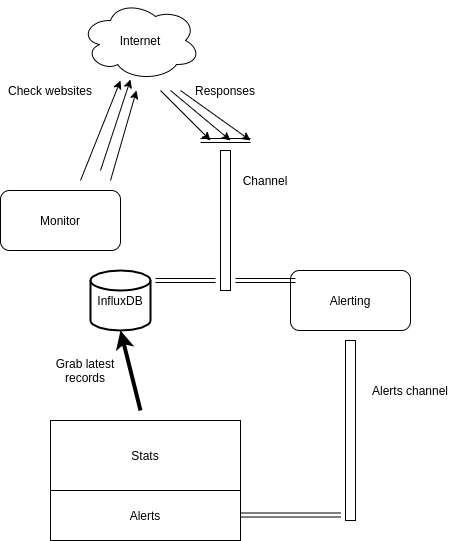
Earlier version of the draw.io export architecture.png (AyoubEd-zz/websites-availability-cli-tool). Source tidied: cells renumbered, new cells last; positions are measured from the earlier drawing's top-left corner, leaving out a move shared by most shapes.
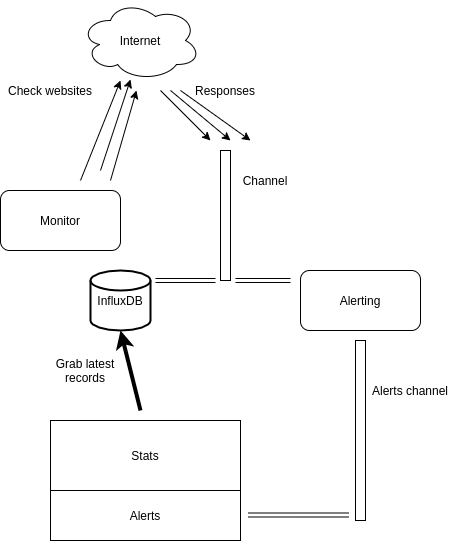
The same diagram one commit later.

Change to the diagram source:
```diff
@@ -53,17 +53,11 @@
     <mxCell id="12" value="InfluxDB" style="strokeWidth=2;html=1;shape=mxgraph.flowchart.database;whiteSpace=wrap;" parent="1" vertex="1">
       <mxGeometry x="90" y="270" width="60" height="60" as="geometry" />
     </mxCell>
-    <mxCell id="13" style="shape=link;html=1;" parent="1" edge="1">
-      <mxGeometry relative="1" as="geometry">
-        <mxPoint x="200" y="140" as="sourcePoint" />
-        <mxPoint x="250" y="140" as="targetPoint" />
-      </mxGeometry>
-    </mxCell>
     <mxCell id="14" value="Channel" style="text;html=1;strokeColor=none;fillColor=none;align=center;verticalAlign=middle;whiteSpace=wrap;rounded=0;" parent="1" vertex="1">
       <mxGeometry x="210" y="170" width="110" height="20" as="geometry" />
     </mxCell>
     <mxCell id="15" value="Alerting" style="rounded=1;whiteSpace=wrap;html=1;" parent="1" vertex="1">
-      <mxGeometry x="290" y="270" width="120" height="60" as="geometry" />
+      <mxGeometry x="300" y="270" width="120" height="60" as="geometry" />
     </mxCell>
     <mxCell id="16" style="shape=link;html=1;" parent="1" edge="1">
       <mxGeometry relative="1" as="geometry">
@@ -74,7 +68,7 @@
     <mxCell id="17" style="shape=link;html=1;" parent="1" edge="1">
       <mxGeometry relative="1" as="geometry">
         <mxPoint x="235" y="280" as="sourcePoint" />
-        <mxPoint x="295" y="280" as="targetPoint" />
+        <mxPoint x="290" y="280" as="targetPoint" />
       </mxGeometry>
     </mxCell>
     <mxCell id="18" value="Alerts channel" style="text;html=1;strokeColor=none;fillColor=none;align=center;verticalAlign=middle;whiteSpace=wrap;rounded=0;" parent="1" vertex="1">
@@ -88,8 +82,8 @@
     </mxCell>
     <mxCell id="21" style="shape=link;html=1;" parent="1" edge="1">
       <mxGeometry relative="1" as="geometry">
-        <mxPoint x="240" y="514.5" as="sourcePoint" />
-        <mxPoint x="340" y="514.5" as="targetPoint" />
+        <mxPoint x="248" y="514.5" as="sourcePoint" />
+        <mxPoint x="348" y="514.5" as="targetPoint" />
       </mxGeometry>
     </mxCell>
     <mxCell id="22" style="endArrow=classic;html=1;entryX=0.5;entryY=1;entryDx=0;entryDy=0;entryPerimeter=0;strokeWidth=4;" parent="1" edge="1" target="12">
@@ -101,10 +95,10 @@
       <mxGeometry x="40" y="360" width="90" height="20" as="geometry" />
     </mxCell>
     <mxCell id="24" style="rounded=0;whiteSpace=wrap;html=1;" parent="1" vertex="1">
-      <mxGeometry x="220" y="150" width="10" height="140" as="geometry" />
+      <mxGeometry x="220" y="150" width="10" height="130" as="geometry" />
     </mxCell>
     <mxCell id="25" style="rounded=0;whiteSpace=wrap;html=1;" parent="1" vertex="1">
-      <mxGeometry x="345" y="340" width="10" height="180" as="geometry" />
+      <mxGeometry x="355" y="340" width="10" height="180" as="geometry" />
     </mxCell>
   </root>
 </mxGraphModel>
```
